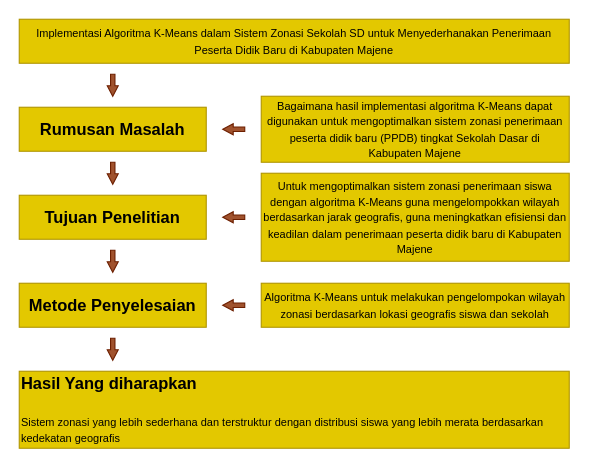
Above: page "Halaman-4" (4 of 7) of Diagram Tanpa Judul.drawio in NayaRPL/bebas (draw.io), before the change. Source tidied: cells renumbered, new cells numbered last; positions are measured from the earlier drawing's top-left corner, leaving out a move shared by most shapes. Both pictures are drawn from the tidied source at 110%, with x=0, y=0 at pixel (19, 19).
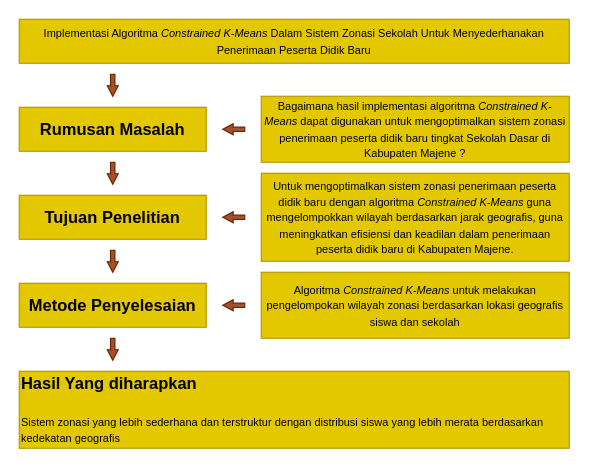
After the change.

Diff of the diagram source:
```diff
@@
 <mxGraphModel>
   <root>
     <mxCell id="0" />
     <mxCell id="1" parent="0" />
     <mxCell id="2" value="&lt;b&gt;&lt;font style=&quot;font-size: 15px;&quot;&gt;Rumusan Masalah&lt;/font&gt;&lt;/b&gt;" style="rounded=0;whiteSpace=wrap;html=1;fillColor=#e3c800;strokeColor=#B09500;fontColor=#000000;" parent="1" vertex="1">
       <mxGeometry y="80" width="170" height="40" as="geometry" />
     </mxCell>
     <mxCell id="3" value="&lt;b&gt;&lt;font style=&quot;font-size: 15px;&quot;&gt;Tujuan Penelitian&lt;/font&gt;&lt;/b&gt;" style="rounded=0;whiteSpace=wrap;html=1;fillColor=#e3c800;strokeColor=#B09500;fontColor=#000000;" parent="1" vertex="1">
       <mxGeometry y="160" width="170" height="40" as="geometry" />
     </mxCell>
     <mxCell id="4" value="&lt;b&gt;&lt;font style=&quot;font-size: 15px;&quot;&gt;Metode Penyelesaian&lt;/font&gt;&lt;/b&gt;" style="rounded=0;whiteSpace=wrap;html=1;fillColor=#e3c800;strokeColor=#B09500;fontColor=#000000;" parent="1" vertex="1">
       <mxGeometry y="240" width="170" height="40" as="geometry" />
     </mxCell>
     <mxCell id="5" value="&lt;b&gt;&lt;font style=&quot;font-size: 15px;&quot;&gt;Hasil Yang diharapkan&lt;/font&gt;&lt;/b&gt;&lt;div style=&quot;&quot;&gt;&lt;b&gt;&lt;font style=&quot;font-size: 15px;&quot;&gt;&lt;br&gt;&lt;/font&gt;&lt;/b&gt;&lt;/div&gt;&lt;div style=&quot;&quot;&gt;&lt;font style=&quot;font-size: 10px;&quot;&gt;Sistem zonasi yang lebih sederhana dan terstruktur dengan distribusi siswa yang lebih merata berdasarkan kedekatan geografis&lt;/font&gt;&lt;br&gt;&lt;/div&gt;" style="rounded=0;whiteSpace=wrap;html=1;fillColor=#e3c800;strokeColor=#B09500;fontColor=#000000;align=left;" parent="1" vertex="1">
       <mxGeometry y="320" width="500" height="70" as="geometry" />
     </mxCell>
-    <mxCell id="6" value="&lt;div style=&quot;&quot;&gt;&lt;span style=&quot;background-color: initial;&quot;&gt;&lt;font style=&quot;font-size: 10px;&quot;&gt;Untuk mengoptimalkan sistem zonasi penerimaan siswa dengan algoritma K-Means guna mengelompokkan wilayah berdasarkan jarak geografis, guna meningkatkan efisiensi dan keadilan dalam penerimaan peserta didik baru di Kabupaten Majene&lt;/font&gt;&lt;/span&gt;&lt;/div&gt;" style="rounded=0;whiteSpace=wrap;html=1;fillColor=#e3c800;strokeColor=#B09500;fontColor=#000000;align=center;" parent="1" vertex="1">
+    <mxCell id="6" value="&lt;div style=&quot;&quot;&gt;&lt;span style=&quot;background-color: initial;&quot;&gt;&lt;font style=&quot;font-size: 10px;&quot;&gt;Untuk&amp;nbsp;&lt;/font&gt;&lt;/span&gt;&lt;span style=&quot;background-color: transparent; font-size: 10px;&quot;&gt;mengoptimalkan sistem zonasi penerimaan peserta didik baru dengan algoritma &lt;i&gt;Constrained K-Means&lt;/i&gt; guna mengelompokkan wilayah berdasarkan jarak geografis, guna meningkatkan efisiensi dan keadilan dalam penerimaan peserta didik baru di Kabupaten Majene.&lt;/span&gt;&lt;/div&gt;" style="rounded=0;whiteSpace=wrap;html=1;fillColor=#e3c800;strokeColor=#B09500;fontColor=#000000;align=center;" parent="1" vertex="1">
       <mxGeometry x="220" y="140" width="280" height="80" as="geometry" />
     </mxCell>
-    <mxCell id="7" value="&lt;font style=&quot;font-size: 10px;&quot;&gt;Bagaimana hasil implementasi algoritma K-Means dapat digunakan untuk mengoptimalkan sistem zonasi penerimaan peserta didik baru (PPDB) tingkat Sekolah Dasar di Kabupaten Majene&lt;/font&gt;" style="rounded=0;whiteSpace=wrap;html=1;fillColor=#e3c800;strokeColor=#B09500;fontColor=#000000;" parent="1" vertex="1">
+    <mxCell id="7" value="&lt;font style=&quot;font-size: 10px;&quot;&gt;Bagaimana hasil implementasi algoritma&lt;i style=&quot;&quot;&gt; Constrained K-Means&lt;/i&gt; dapat digunakan untuk mengoptimalkan sistem zonasi penerimaan peserta didik baru tingkat Sekolah Dasar di Kabupaten Majene ?&lt;/font&gt;" style="rounded=0;whiteSpace=wrap;html=1;fillColor=#e3c800;strokeColor=#B09500;fontColor=#000000;" parent="1" vertex="1">
       <mxGeometry x="220" y="70" width="280" height="60" as="geometry" />
     </mxCell>
-    <mxCell id="8" value="&lt;font style=&quot;font-size: 10px;&quot;&gt;Algoritma K-Means untuk melakukan pengelompokan wilayah zonasi berdasarkan lokasi geografis siswa dan sekolah&lt;/font&gt;" style="rounded=0;whiteSpace=wrap;html=1;fillColor=#e3c800;strokeColor=#B09500;fontColor=#000000;" parent="1" vertex="1">
-      <mxGeometry x="220" y="240" width="280" height="40" as="geometry" />
+    <mxCell id="8" value="&lt;font style=&quot;font-size: 10px;&quot;&gt;Algoritma &lt;i&gt;Constrained K-Means&lt;/i&gt; untuk melakukan pengelompokan wilayah zonasi berdasarkan lokasi geografis siswa dan sekolah&lt;/font&gt;" style="rounded=0;whiteSpace=wrap;html=1;fillColor=#e3c800;strokeColor=#B09500;fontColor=#000000;" parent="1" vertex="1">
+      <mxGeometry x="220" y="230" width="280" height="60" as="geometry" />
     </mxCell>
-    <mxCell id="9" value="&lt;font style=&quot;font-size: 10px;&quot;&gt;Implementasi Algoritma K-Means dalam Sistem Zonasi Sekolah SD untuk Menyederhanakan Penerimaan Peserta Didik Baru di Kabupaten Majene&lt;/font&gt;" style="rounded=0;whiteSpace=wrap;html=1;fillColor=#e3c800;strokeColor=#B09500;fontColor=#000000;" parent="1" vertex="1">
+    <mxCell id="9" value="&lt;font style=&quot;font-size: 10px;&quot;&gt;Implementasi Algoritma&lt;i&gt; Constrained K-Means &lt;/i&gt;Dalam Sistem Zonasi Sekolah Untuk Menyederhanakan Penerimaan Peserta Didik Baru&lt;/font&gt;" style="rounded=0;whiteSpace=wrap;html=1;fillColor=#e3c800;strokeColor=#B09500;fontColor=#000000;" parent="1" vertex="1">
       <mxGeometry width="500" height="40" as="geometry" />
     </mxCell>
     <mxCell id="10" style="shape=singleArrow;direction=south;whiteSpace=wrap;html=1;arrowWidth=0.4;arrowSize=0.475;labelBorderColor=none;labelBackgroundColor=none;fillColor=#a0522d;fontColor=#ffffff;strokeColor=#6D1F00;" parent="1" vertex="1">
       <mxGeometry x="80" y="50" width="10" height="20" as="geometry" />
     </mxCell>
     <mxCell id="11" style="shape=singleArrow;direction=south;whiteSpace=wrap;html=1;arrowWidth=0.4;arrowSize=0.475;fillColor=#a0522d;fontColor=#ffffff;strokeColor=#6D1F00;" parent="1" vertex="1">
       <mxGeometry x="80" y="130" width="10" height="20" as="geometry" />
     </mxCell>
     <mxCell id="12" style="shape=singleArrow;direction=south;whiteSpace=wrap;html=1;arrowWidth=0.4;arrowSize=0.475;fillColor=#a0522d;fontColor=#ffffff;strokeColor=#6D1F00;" parent="1" vertex="1">
       <mxGeometry x="80" y="210" width="10" height="20" as="geometry" />
     </mxCell>
     <mxCell id="13" style="shape=singleArrow;direction=south;whiteSpace=wrap;html=1;arrowWidth=0.4;arrowSize=0.475;rotation=90;textShadow=0;labelBorderColor=none;labelBackgroundColor=none;fillColor=#a0522d;fontColor=#ffffff;strokeColor=#6D1F00;" parent="1" vertex="1">
       <mxGeometry x="190" y="90" width="10" height="20" as="geometry" />
     </mxCell>
     <mxCell id="14" style="shape=singleArrow;direction=south;whiteSpace=wrap;html=1;arrowWidth=0.4;arrowSize=0.475;rotation=90;fillColor=#a0522d;fontColor=#ffffff;strokeColor=#6D1F00;" parent="1" vertex="1">
       <mxGeometry x="190" y="170" width="10" height="20" as="geometry" />
     </mxCell>
     <mxCell id="15" style="shape=singleArrow;direction=south;whiteSpace=wrap;html=1;arrowWidth=0.4;arrowSize=0.475;rotation=90;fillColor=#a0522d;fontColor=#ffffff;strokeColor=#6D1F00;" parent="1" vertex="1">
       <mxGeometry x="190" y="250" width="10" height="20" as="geometry" />
     </mxCell>
     <mxCell id="16" style="shape=singleArrow;direction=south;whiteSpace=wrap;html=1;arrowWidth=0.4;arrowSize=0.475;fillColor=#a0522d;fontColor=#ffffff;strokeColor=#6D1F00;" parent="1" vertex="1">
       <mxGeometry x="80" y="290" width="10" height="20" as="geometry" />
     </mxCell>
   </root>
 </mxGraphModel>
```
